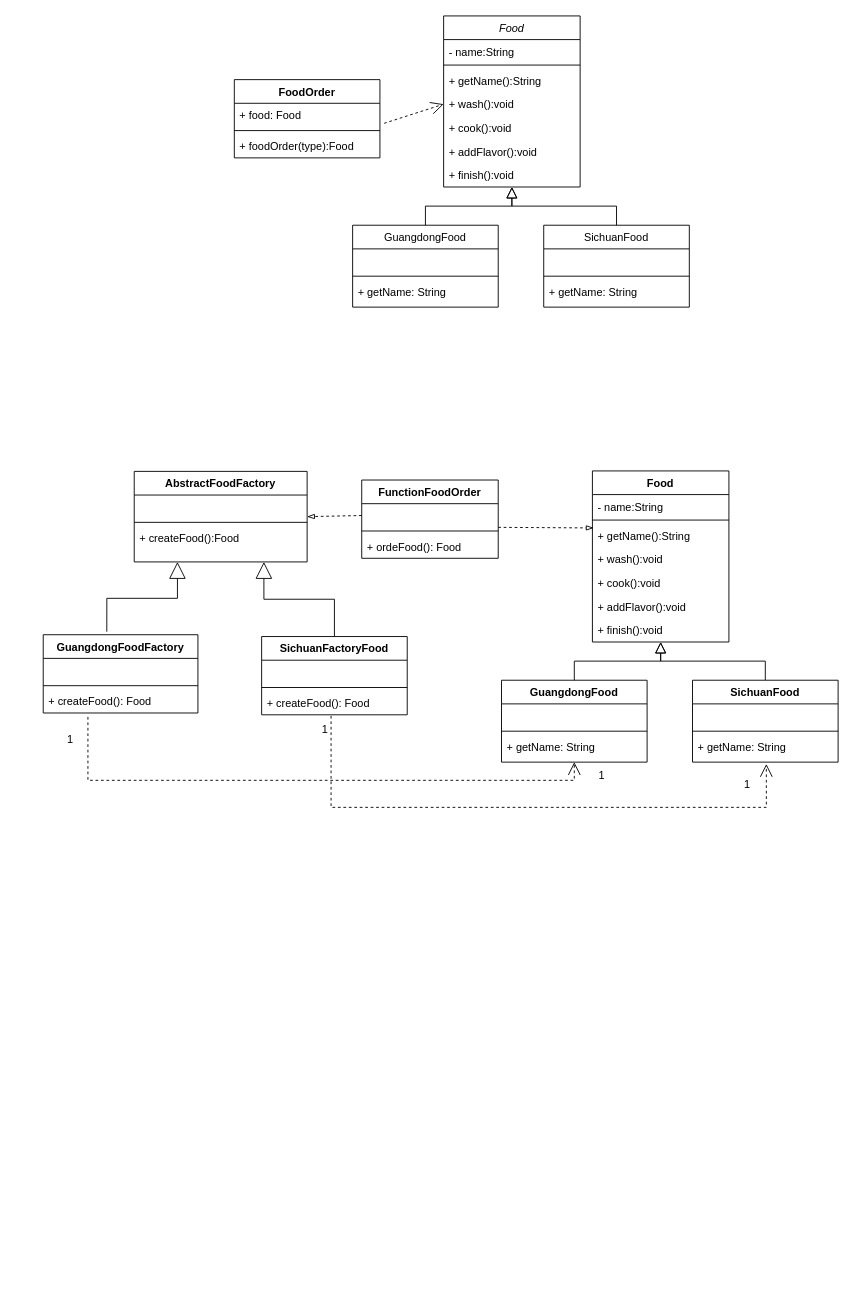
Above: pattern_design.drawio in choustark/j_pattern (draw.io), before the change. Source tidied: cells renumbered, new cells numbered last; positions are measured from the earlier drawing's top-left corner, leaving out a move shared by most shapes. Both pictures are drawn from the tidied source at 91%, with x=0, y=0 at pixel (43, 15).
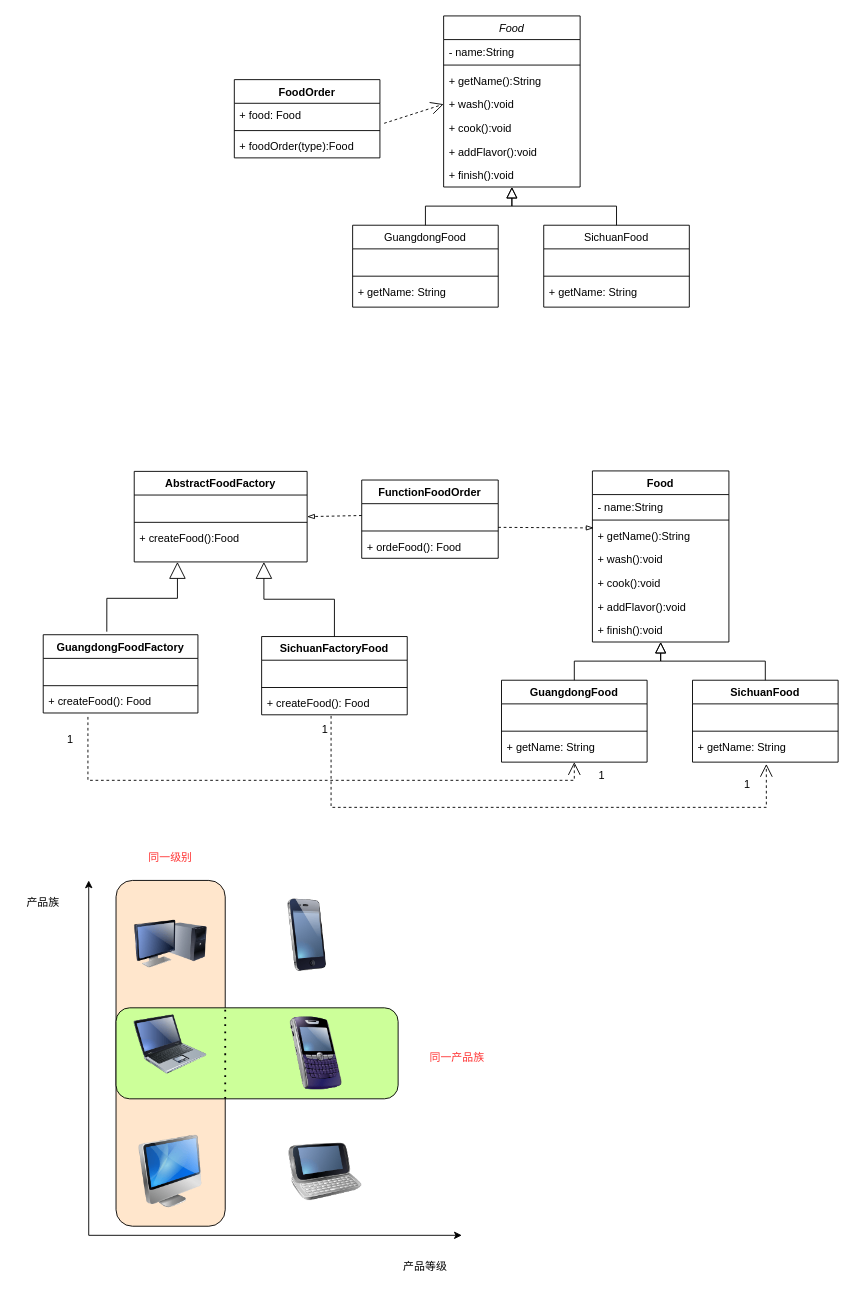
The same diagram, later.

What changed in the source:
```diff
@@
+    <mxCell id="69" style="rounded=1;whiteSpace=wrap;html=1;fillColor=#FFE6CC;" parent="1" vertex="1">
+      <mxGeometry x="80" y="950" width="120" height="380" as="geometry" />
+    </mxCell>
+    <mxCell id="70" style="rounded=1;whiteSpace=wrap;html=1;labelBackgroundColor=none;fillColor=#CCFF99;strokeColor=#000000;" parent="1" vertex="1">
+      <mxGeometry x="80" y="1090" width="310" height="100" as="geometry" />
+    </mxCell>
@@
+    <mxCell id="71" style="endArrow=classic;html=1;rounded=0;elbow=vertical;" parent="1" edge="1">
+      <mxGeometry relative="1" as="geometry">
+        <mxPoint x="50" y="1340" as="sourcePoint" />
+        <mxPoint x="460" y="1340" as="targetPoint" />
+      </mxGeometry>
+    </mxCell>
+    <mxCell id="72" style="endArrow=classic;html=1;rounded=0;elbow=vertical;" parent="1" edge="1">
+      <mxGeometry relative="1" as="geometry">
+        <mxPoint x="50" y="1340" as="sourcePoint" />
+        <mxPoint x="50" y="950" as="targetPoint" />
+      </mxGeometry>
+    </mxCell>
+    <mxCell id="73" style="image;html=1;image=img/lib/clip_art/computers/iMac_128x128.png;" parent="1" vertex="1">
+      <mxGeometry x="100" y="1230" width="80" height="80" as="geometry" />
+    </mxCell>
+    <mxCell id="74" style="image;html=1;image=img/lib/clip_art/computers/Laptop_128x128.png;" parent="1" vertex="1">
+      <mxGeometry x="100" y="1090" width="80" height="80" as="geometry" />
+    </mxCell>
+    <mxCell id="75" style="image;html=1;image=img/lib/clip_art/computers/Monitor_Tower_128x128.png;" parent="1" vertex="1">
+      <mxGeometry x="100" y="980" width="80" height="80" as="geometry" />
+    </mxCell>
+    <mxCell id="76" style="image;html=1;image=img/lib/clip_art/telecommunication/BlackBerry_128x128.png;" parent="1" vertex="1">
+      <mxGeometry x="260" y="1100" width="80" height="80" as="geometry" />
+    </mxCell>
+    <mxCell id="77" style="image;html=1;image=img/lib/clip_art/telecommunication/HTC_smartphone_128x128.png;" parent="1" vertex="1">
+      <mxGeometry x="270" y="1230" width="80" height="80" as="geometry" />
+    </mxCell>
+    <mxCell id="78" style="image;html=1;image=img/lib/clip_art/telecommunication/iPhone_128x128.png;" parent="1" vertex="1">
+      <mxGeometry x="250" y="970" width="80" height="80" as="geometry" />
+    </mxCell>
+    <mxCell id="79" value="产品族" style="text;html=1;strokeColor=none;fillColor=none;align=center;verticalAlign=middle;whiteSpace=wrap;rounded=0;" parent="1" vertex="1">
+      <mxGeometry x="-30" y="960" width="60" height="30" as="geometry" />
+    </mxCell>
+    <mxCell id="80" value="产品等级" style="text;html=1;strokeColor=none;fillColor=none;align=center;verticalAlign=middle;whiteSpace=wrap;rounded=0;" parent="1" vertex="1">
+      <mxGeometry x="390" y="1360" width="60" height="30" as="geometry" />
+    </mxCell>
+    <mxCell id="81" style="endArrow=none;dashed=1;html=1;dashPattern=1 3;strokeWidth=2;rounded=0;elbow=vertical;" parent="1" edge="1">
+      <mxGeometry relative="1" as="geometry">
+        <mxPoint x="200" y="1190" as="sourcePoint" />
+        <mxPoint x="200" y="1090" as="targetPoint" />
+      </mxGeometry>
+    </mxCell>
+    <mxCell id="82" value="&lt;font color=&quot;#ff3333&quot;&gt;同一级别&lt;/font&gt;" style="text;html=1;strokeColor=none;fillColor=none;align=center;verticalAlign=middle;whiteSpace=wrap;rounded=0;labelBackgroundColor=none;" parent="1" vertex="1">
+      <mxGeometry x="110" y="910" width="60" height="30" as="geometry" />
+    </mxCell>
+    <mxCell id="83" value="&lt;font color=&quot;#ff3333&quot;&gt;同一产品族&lt;/font&gt;" style="text;html=1;strokeColor=none;fillColor=none;align=center;verticalAlign=middle;whiteSpace=wrap;rounded=0;labelBackgroundColor=none;" parent="1" vertex="1">
+      <mxGeometry x="400" y="1130" width="110" height="30" as="geometry" />
+    </mxCell>
```
